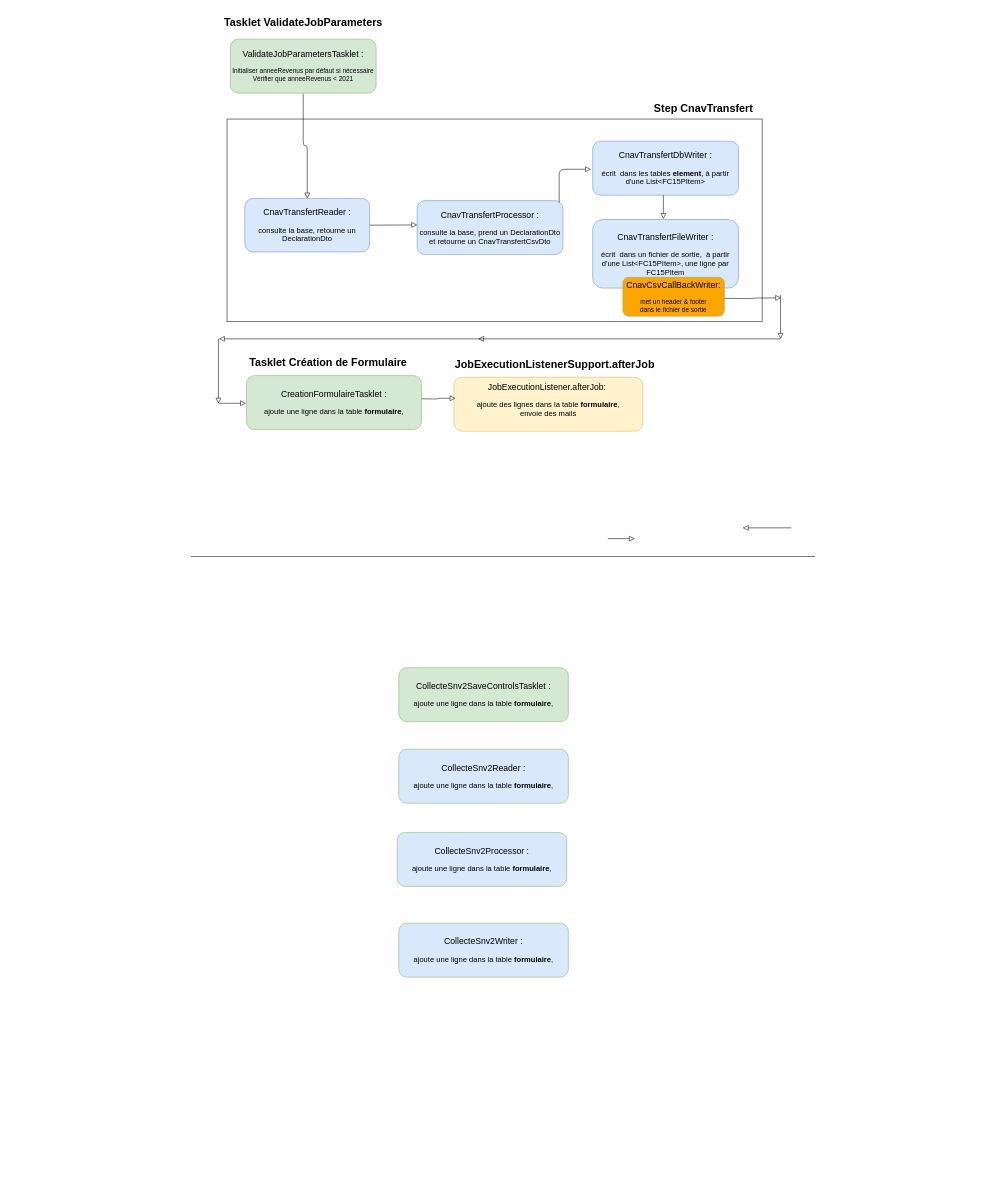
The draw.io diagram flux_decipam_snv2_collecte.drawio in ewan-delanoy/uml_diagram, before the edit. Source tidied: cells renumbered, new cells numbered last; positions are measured from the earlier drawing's top-left corner, leaving out a move shared by most shapes. Both pictures are drawn from the tidied source at 54%, with x=0, y=0 at pixel (191, 9).
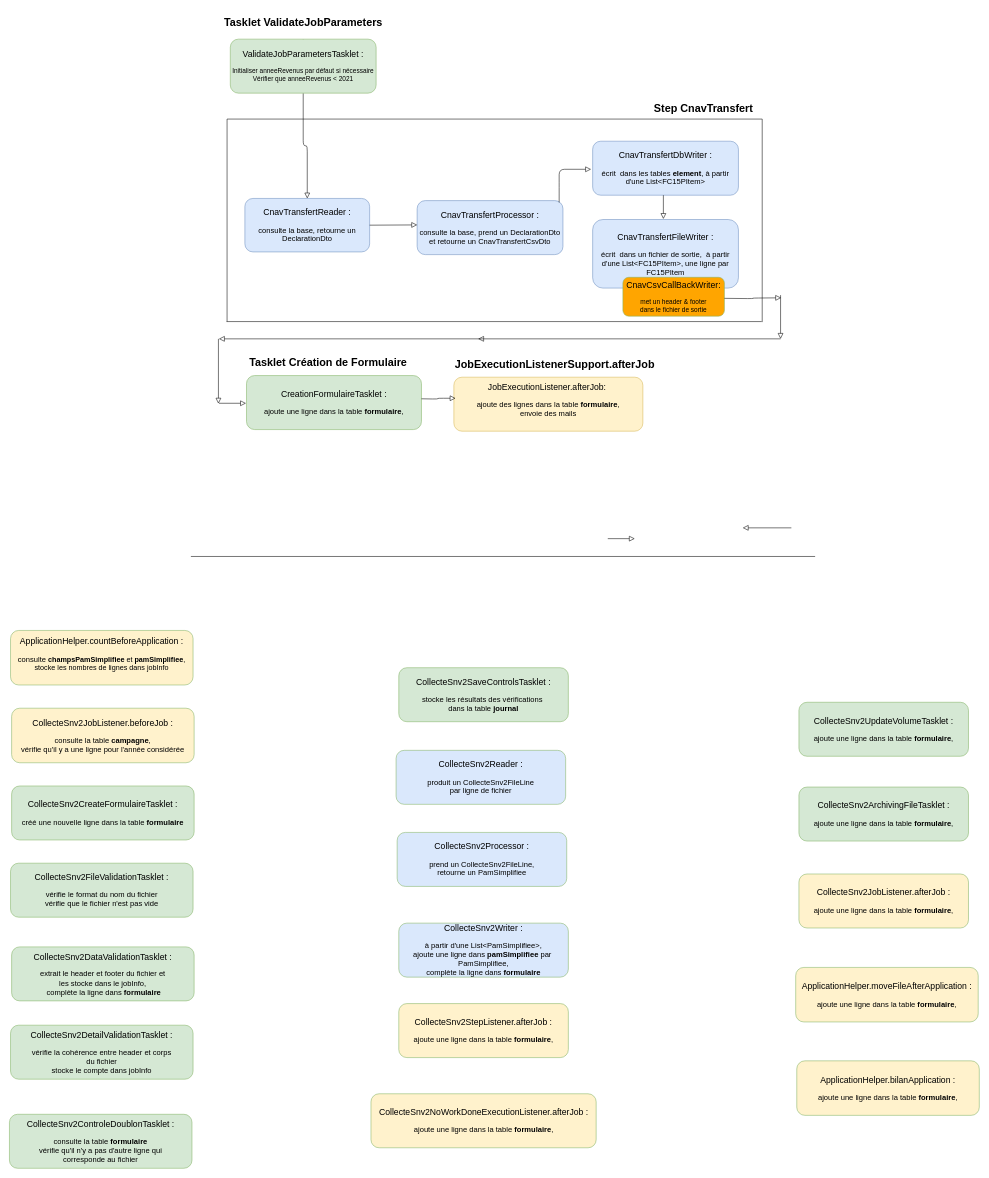
The same diagram, later.

Commit message (it also covers changes not shown here):
Mettre à jour flux_decipam_snv2_collecte.drawio

The edit, as a diff of the source:
```diff
@@
-    <mxCell id="34" value="&lt;font style=&quot;font-size: 16px;&quot;&gt;CollecteSnv2SaveControlsTasklet :&lt;/font&gt; &lt;div&gt;&lt;br&gt;&lt;/div&gt;&lt;font style=&quot;font-size: 14px;&quot;&gt;ajoute une ligne dans la table &lt;b&gt;formulaire&lt;/b&gt;,&lt;/font&gt;" style="rounded=1;whiteSpace=wrap;html=1;fontSize=12;glass=0;strokeWidth=1;shadow=0;fillColor=#d5e8d4;strokeColor=#82b366;" parent="1" vertex="1">
+    <mxCell id="34" value="&lt;font style=&quot;font-size: 16px;&quot;&gt;CollecteSnv2SaveControlsTasklet :&lt;/font&gt; &lt;div&gt;&lt;br&gt;&lt;/div&gt;&lt;div&gt;&lt;font style=&quot;font-size: 14px;&quot;&gt;stocke les résultats des vérifications&amp;nbsp;&lt;/font&gt;&lt;/div&gt;&lt;div&gt;&lt;font style=&quot;font-size: 14px;&quot;&gt;dans la table &lt;b&gt;journal&lt;/b&gt;&lt;/font&gt;&lt;/div&gt;" style="rounded=1;whiteSpace=wrap;html=1;fontSize=12;glass=0;strokeWidth=1;shadow=0;fillColor=#d5e8d4;strokeColor=#82b366;" parent="1" vertex="1">
       <mxGeometry x="385" y="1219" width="314" height="100" as="geometry" />
     </mxCell>
-    <mxCell id="35" value="&lt;div&gt;&lt;font style=&quot;font-size: 16px;&quot;&gt;CollecteSnv2Reader :&lt;/font&gt;&lt;/div&gt; &lt;div&gt;&lt;br&gt;&lt;/div&gt;&lt;font style=&quot;font-size: 14px;&quot;&gt;ajoute une ligne dans la table &lt;b&gt;formulaire&lt;/b&gt;,&lt;/font&gt;" style="rounded=1;whiteSpace=wrap;html=1;fontSize=12;glass=0;strokeWidth=1;shadow=0;fillColor=#dae8fc;strokeColor=#82b366;" parent="1" vertex="1">
-      <mxGeometry x="385" y="1370" width="314" height="100" as="geometry" />
+    <mxCell id="35" value="&lt;div&gt;&lt;font style=&quot;font-size: 16px;&quot;&gt;CollecteSnv2Reader :&lt;/font&gt;&lt;/div&gt; &lt;div&gt;&lt;br&gt;&lt;/div&gt;&lt;div&gt;&lt;font style=&quot;font-size: 14px;&quot;&gt;produit un CollecteSnv2FileLine&lt;/font&gt;&lt;/div&gt;&lt;div&gt;&lt;font style=&quot;font-size: 14px;&quot;&gt;par ligne de fichier &lt;br&gt;&lt;/font&gt;&lt;/div&gt;" style="rounded=1;whiteSpace=wrap;html=1;fontSize=12;glass=0;strokeWidth=1;shadow=0;fillColor=#dae8fc;strokeColor=#82b366;" parent="1" vertex="1">
+      <mxGeometry x="380" y="1372" width="314" height="100" as="geometry" />
     </mxCell>
-    <mxCell id="36" value="&lt;div&gt;&lt;font style=&quot;font-size: 16px;&quot;&gt;CollecteSnv2Processor :&lt;/font&gt;&lt;/div&gt; &lt;div&gt;&lt;br&gt;&lt;/div&gt;&lt;font style=&quot;font-size: 14px;&quot;&gt;ajoute une ligne dans la table &lt;b&gt;formulaire&lt;/b&gt;,&lt;/font&gt;" style="rounded=1;whiteSpace=wrap;html=1;fontSize=12;glass=0;strokeWidth=1;shadow=0;fillColor=#dae8fc;strokeColor=#82b366;" parent="1" vertex="1">
+    <mxCell id="36" value="&lt;div&gt;&lt;font style=&quot;font-size: 16px;&quot;&gt;CollecteSnv2Processor :&lt;/font&gt;&lt;/div&gt; &lt;div&gt;&lt;br&gt;&lt;/div&gt;&lt;div&gt;&lt;font style=&quot;font-size: 14px;&quot;&gt;prend un &lt;/font&gt;&lt;font style=&quot;font-size: 14px;&quot;&gt;CollecteSnv2FileLine,&lt;/font&gt;&lt;/div&gt;&lt;div&gt;&lt;font style=&quot;font-size: 14px;&quot;&gt;retourne un PamSimplifiee&lt;br&gt;&lt;/font&gt;&lt;/div&gt;" style="rounded=1;whiteSpace=wrap;html=1;fontSize=12;glass=0;strokeWidth=1;shadow=0;fillColor=#dae8fc;strokeColor=#82b366;" parent="1" vertex="1">
       <mxGeometry x="382" y="1524" width="314" height="100" as="geometry" />
     </mxCell>
-    <mxCell id="37" value="&lt;div&gt;&lt;font style=&quot;font-size: 16px;&quot;&gt;CollecteSnv2Writer :&lt;/font&gt;&lt;/div&gt; &lt;div&gt;&lt;br&gt;&lt;/div&gt;&lt;font style=&quot;font-size: 14px;&quot;&gt;ajoute une ligne dans la table &lt;b&gt;formulaire&lt;/b&gt;,&lt;/font&gt;" style="rounded=1;whiteSpace=wrap;html=1;fontSize=12;glass=0;strokeWidth=1;shadow=0;fillColor=#dae8fc;strokeColor=#82b366;" parent="1" vertex="1">
+    <mxCell id="37" value="&lt;div&gt;&lt;font style=&quot;font-size: 16px;&quot;&gt;CollecteSnv2Writer :&lt;/font&gt;&lt;/div&gt; &lt;div&gt;&lt;br&gt;&lt;/div&gt;&lt;div&gt;&lt;font style=&quot;font-size: 14px;&quot;&gt;à partir d'une List&amp;lt;PamSimplifiee&amp;gt;,&lt;/font&gt;&lt;/div&gt;&lt;div&gt;&lt;font style=&quot;font-size: 14px;&quot;&gt;ajoute une ligne dans &lt;/font&gt;&lt;font style=&quot;font-size: 14px;&quot;&gt;&lt;b&gt;pamSimplifiee&lt;/b&gt;&lt;/font&gt;&lt;font style=&quot;font-size: 14px;&quot;&gt; par&amp;nbsp; &lt;/font&gt;&lt;font style=&quot;font-size: 14px;&quot;&gt;PamSimplifiee,&lt;/font&gt;&lt;/div&gt;&lt;div&gt;&lt;font style=&quot;font-size: 14px;&quot;&gt;complète la ligne dans &lt;b&gt;formulaire&lt;/b&gt;&lt;/font&gt;&lt;/div&gt;" style="rounded=1;whiteSpace=wrap;html=1;fontSize=12;glass=0;strokeWidth=1;shadow=0;fillColor=#dae8fc;strokeColor=#82b366;" parent="1" vertex="1">
       <mxGeometry x="385" y="1692" width="314" height="100" as="geometry" />
     </mxCell>
+    <mxCell id="38" value="&lt;div&gt;&lt;font style=&quot;font-size: 16px;&quot;&gt;CollecteSnv2StepListener.afterJob :&lt;/font&gt;&lt;/div&gt; &lt;div&gt;&lt;br&gt;&lt;/div&gt;&lt;font style=&quot;font-size: 14px;&quot;&gt;ajoute une ligne dans la table &lt;b&gt;formulaire&lt;/b&gt;,&lt;/font&gt;" style="rounded=1;whiteSpace=wrap;html=1;fontSize=12;glass=0;strokeWidth=1;shadow=0;fillColor=#fff2cc;strokeColor=#82b366;" parent="1" vertex="1">
+      <mxGeometry x="385" y="1841" width="314" height="100" as="geometry" />
+    </mxCell>
+    <mxCell id="39" value="&lt;div&gt;&lt;font style=&quot;font-size: 16px;&quot;&gt;CollecteSnv2NoWorkDoneExecutionListener.afterJob :&lt;/font&gt;&lt;/div&gt; &lt;div&gt;&lt;br&gt;&lt;/div&gt;&lt;font style=&quot;font-size: 14px;&quot;&gt;ajoute une ligne dans la table &lt;b&gt;formulaire&lt;/b&gt;,&lt;/font&gt;" style="rounded=1;whiteSpace=wrap;html=1;fontSize=12;glass=0;strokeWidth=1;shadow=0;fillColor=#fff2cc;strokeColor=#82b366;" parent="1" vertex="1">
+      <mxGeometry x="333.5" y="2008" width="417" height="100" as="geometry" />
+    </mxCell>
+    <mxCell id="40" value="&lt;font style=&quot;font-size: 16px;&quot;&gt;CollecteSnv2UpdateVolumeTasklet :&lt;/font&gt; &lt;div&gt;&lt;br&gt;&lt;/div&gt;&lt;font style=&quot;font-size: 14px;&quot;&gt;ajoute une ligne dans la table &lt;b&gt;formulaire&lt;/b&gt;,&lt;/font&gt;" style="rounded=1;whiteSpace=wrap;html=1;fontSize=12;glass=0;strokeWidth=1;shadow=0;fillColor=#d5e8d4;strokeColor=#82b366;" parent="1" vertex="1">
+      <mxGeometry x="1126" y="1283" width="314" height="100" as="geometry" />
+    </mxCell>
+    <mxCell id="41" value="&lt;font style=&quot;font-size: 16px;&quot;&gt;CollecteSnv2ArchivingFileTasklet :&lt;/font&gt; &lt;div&gt;&lt;br&gt;&lt;/div&gt;&lt;font style=&quot;font-size: 14px;&quot;&gt;ajoute une ligne dans la table &lt;b&gt;formulaire&lt;/b&gt;,&lt;/font&gt;" style="rounded=1;whiteSpace=wrap;html=1;fontSize=12;glass=0;strokeWidth=1;shadow=0;fillColor=#d5e8d4;strokeColor=#82b366;" parent="1" vertex="1">
+      <mxGeometry x="1126" y="1440" width="314" height="100" as="geometry" />
+    </mxCell>
+    <mxCell id="42" value="&lt;div&gt;&lt;font style=&quot;font-size: 16px;&quot;&gt;ApplicationHelper.moveFileAfterApplication :&lt;/font&gt;&lt;/div&gt; &lt;div&gt;&lt;br&gt;&lt;/div&gt;&lt;font style=&quot;font-size: 14px;&quot;&gt;ajoute une ligne dans la table &lt;b&gt;formulaire&lt;/b&gt;,&lt;/font&gt;" style="rounded=1;whiteSpace=wrap;html=1;fontSize=12;glass=0;strokeWidth=1;shadow=0;fillColor=#fff2cc;strokeColor=#82b366;" parent="1" vertex="1">
+      <mxGeometry x="1120" y="1774" width="338" height="101" as="geometry" />
+    </mxCell>
+    <mxCell id="43" value="&lt;div&gt;&lt;font style=&quot;font-size: 16px;&quot;&gt;ApplicationHelper.bilanApplication :&lt;/font&gt;&lt;/div&gt; &lt;div&gt;&lt;br&gt;&lt;/div&gt;&lt;font style=&quot;font-size: 14px;&quot;&gt;ajoute une ligne dans la table &lt;b&gt;formulaire&lt;/b&gt;,&lt;/font&gt;" style="rounded=1;whiteSpace=wrap;html=1;fontSize=12;glass=0;strokeWidth=1;shadow=0;fillColor=#fff2cc;strokeColor=#82b366;" parent="1" vertex="1">
+      <mxGeometry x="1122" y="1947" width="338" height="101" as="geometry" />
+    </mxCell>
+    <mxCell id="44" value="&lt;div&gt;&lt;font style=&quot;font-size: 16px;&quot;&gt;CollecteSnv2JobListener.afterJob :&lt;/font&gt;&lt;/div&gt; &lt;div&gt;&lt;br&gt;&lt;/div&gt;&lt;font style=&quot;font-size: 14px;&quot;&gt;ajoute une ligne dans la table &lt;b&gt;formulaire&lt;/b&gt;,&lt;/font&gt;" style="rounded=1;whiteSpace=wrap;html=1;fontSize=12;glass=0;strokeWidth=1;shadow=0;fillColor=#fff2cc;strokeColor=#82b366;" parent="1" vertex="1">
+      <mxGeometry x="1126" y="1601" width="314" height="100" as="geometry" />
+    </mxCell>
+    <mxCell id="45" value="&lt;div&gt;&lt;font style=&quot;font-size: 16px;&quot;&gt;ApplicationHelper.countBeforeApplication :&lt;/font&gt;&lt;/div&gt; &lt;div&gt;&lt;br&gt;&lt;/div&gt;&lt;div&gt;&lt;font style=&quot;font-size: 14px;&quot;&gt;consulte &lt;/font&gt;&lt;b&gt;&lt;span style=&quot;font-size:10.0pt;mso-bidi-font-size:&lt;br/&gt;11.0pt;line-height:115%;font-family:&amp;quot;Arial&amp;quot;,sans-serif;mso-fareast-font-family:&lt;br/&gt;Calibri;mso-bidi-font-family:Calibri;mso-ansi-language:FR;mso-fareast-language:&lt;br/&gt;EN-US;mso-bidi-language:AR-SA&quot;&gt;champsPamSimplifiee&lt;/span&gt;&lt;/b&gt;&lt;span style=&quot;font-size:10.0pt;mso-bidi-font-size:11.0pt;line-height:115%;font-family:&lt;br/&gt;&amp;quot;Arial&amp;quot;,sans-serif;mso-fareast-font-family:Calibri;mso-bidi-font-family:Calibri;&lt;br/&gt;mso-ansi-language:FR;mso-fareast-language:EN-US;mso-bidi-language:AR-SA&quot;&gt; et &lt;b&gt;pamSimplifiee&lt;/b&gt;,&lt;/span&gt;&lt;/div&gt;&lt;div&gt;&lt;span style=&quot;font-size:10.0pt;mso-bidi-font-size:11.0pt;line-height:115%;font-family:&lt;br/&gt;&amp;quot;Arial&amp;quot;,sans-serif;mso-fareast-font-family:Calibri;mso-bidi-font-family:Calibri;&lt;br/&gt;mso-ansi-language:FR;mso-fareast-language:EN-US;mso-bidi-language:AR-SA&quot;&gt;stocke les nombres de lignes dans jobInfo&lt;br&gt;&lt;br/&gt;&lt;/span&gt;&lt;/div&gt;" style="rounded=1;whiteSpace=wrap;html=1;fontSize=12;glass=0;strokeWidth=1;shadow=0;fillColor=#fff2cc;strokeColor=#82b366;" parent="1" vertex="1">
+      <mxGeometry x="-334" y="1150" width="338" height="101" as="geometry" />
+    </mxCell>
+    <mxCell id="46" value="&lt;div&gt;&lt;font style=&quot;font-size: 16px;&quot;&gt;CollecteSnv2JobListener.beforeJob :&lt;/font&gt;&lt;/div&gt; &lt;div&gt;&lt;br&gt;&lt;/div&gt;&lt;div&gt;&lt;font style=&quot;font-size: 14px;&quot;&gt;consulte la table &lt;b&gt;campagne&lt;/b&gt;,&lt;/font&gt;&lt;/div&gt;&lt;div&gt;&lt;font style=&quot;font-size: 14px;&quot;&gt;vérifie qu'il y a une ligne pour l'année considérée&lt;br&gt;&lt;/font&gt;&lt;/div&gt;" style="rounded=1;whiteSpace=wrap;html=1;fontSize=12;glass=0;strokeWidth=1;shadow=0;fillColor=#fff2cc;strokeColor=#82b366;" parent="1" vertex="1">
+      <mxGeometry x="-332" y="1294" width="338" height="101" as="geometry" />
+    </mxCell>
+    <mxCell id="47" value="&lt;font style=&quot;font-size: 16px;&quot;&gt;CollecteSnv2CreateFormulaireTasklet :&lt;/font&gt; &lt;div&gt;&lt;br&gt;&lt;/div&gt;&lt;font style=&quot;font-size: 14px;&quot;&gt;créé une nouvelle ligne dans la table &lt;b&gt;formulaire&lt;/b&gt;&lt;/font&gt;" style="rounded=1;whiteSpace=wrap;html=1;fontSize=12;glass=0;strokeWidth=1;shadow=0;fillColor=#d5e8d4;strokeColor=#82b366;" parent="1" vertex="1">
+      <mxGeometry x="-332" y="1438" width="338" height="100" as="geometry" />
+    </mxCell>
+    <mxCell id="48" value="&lt;font style=&quot;font-size: 16px;&quot;&gt;CollecteSnv2FileValidationTasklet :&lt;/font&gt; &lt;div&gt;&lt;br&gt;&lt;/div&gt;&lt;div&gt;&lt;font style=&quot;font-size: 14px;&quot;&gt;vérifie le format du nom du fichier&lt;/font&gt;&lt;/div&gt;&lt;div&gt;&lt;font style=&quot;font-size: 14px;&quot;&gt;vérifie que le fichier n'est pas vide&lt;br&gt;&lt;/font&gt;&lt;/div&gt;" style="rounded=1;whiteSpace=wrap;html=1;fontSize=12;glass=0;strokeWidth=1;shadow=0;fillColor=#d5e8d4;strokeColor=#82b366;" parent="1" vertex="1">
+      <mxGeometry x="-334" y="1581" width="338" height="100" as="geometry" />
+    </mxCell>
+    <mxCell id="49" value="&lt;font style=&quot;font-size: 16px;&quot;&gt;CollecteSnv2DataValidationTasklet :&lt;/font&gt; &lt;div&gt;&lt;br&gt;&lt;/div&gt;&lt;div&gt;&lt;font style=&quot;font-size: 14px;&quot;&gt;extrait le header et footer du fichier et&lt;/font&gt;&lt;/div&gt;&lt;div&gt;&lt;font style=&quot;font-size: 14px;&quot;&gt;les stocke dans le jobInfo,&lt;br&gt;&lt;/font&gt;&lt;/div&gt;&lt;div&gt;&lt;font style=&quot;font-size: 14px;&quot;&gt;&amp;nbsp;complète la ligne dans &lt;b&gt;formulaire&lt;/b&gt;&lt;/font&gt;&lt;/div&gt;" style="rounded=1;whiteSpace=wrap;html=1;fontSize=12;glass=0;strokeWidth=1;shadow=0;fillColor=#d5e8d4;strokeColor=#82b366;" parent="1" vertex="1">
+      <mxGeometry x="-332" y="1736" width="338" height="100" as="geometry" />
+    </mxCell>
+    <mxCell id="50" value="&lt;font style=&quot;font-size: 16px;&quot;&gt;CollecteSnv2DetailValidationTasklet :&lt;/font&gt; &lt;div&gt;&lt;br&gt;&lt;/div&gt;&lt;div&gt;&lt;font style=&quot;font-size: 14px;&quot;&gt;vérifie la cohérence entre header et corps&lt;/font&gt;&lt;/div&gt;&lt;div&gt;&lt;font style=&quot;font-size: 14px;&quot;&gt;du fichier&lt;/font&gt;&lt;/div&gt;&lt;div&gt;&lt;font style=&quot;font-size: 14px;&quot;&gt;stocke le compte dans jobInfo&lt;br&gt;&lt;/font&gt;&lt;/div&gt;" style="rounded=1;whiteSpace=wrap;html=1;fontSize=12;glass=0;strokeWidth=1;shadow=0;fillColor=#d5e8d4;strokeColor=#82b366;" parent="1" vertex="1">
+      <mxGeometry x="-334" y="1881" width="338" height="100" as="geometry" />
+    </mxCell>
+    <mxCell id="51" value="&lt;font style=&quot;font-size: 16px;&quot;&gt;CollecteSnv2ControleDoublonTasklet :&lt;/font&gt; &lt;div&gt;&lt;br&gt;&lt;/div&gt;&lt;div&gt;&lt;font style=&quot;font-size: 14px;&quot;&gt;consulte la table &lt;b&gt;formulaire&lt;/b&gt;&lt;br&gt;&lt;/font&gt;&lt;/div&gt;&lt;div&gt;&lt;font style=&quot;font-size: 14px;&quot;&gt;vérifie qu'il n'y a pas d'autre ligne qui&lt;/font&gt;&lt;/div&gt;&lt;div&gt;&lt;font style=&quot;font-size: 14px;&quot;&gt;corresponde au fichier&lt;br&gt;&lt;/font&gt;&lt;/div&gt;" style="rounded=1;whiteSpace=wrap;html=1;fontSize=12;glass=0;strokeWidth=1;shadow=0;fillColor=#d5e8d4;strokeColor=#82b366;" parent="1" vertex="1">
+      <mxGeometry x="-336" y="2046" width="338" height="100" as="geometry" />
+    </mxCell>
```
